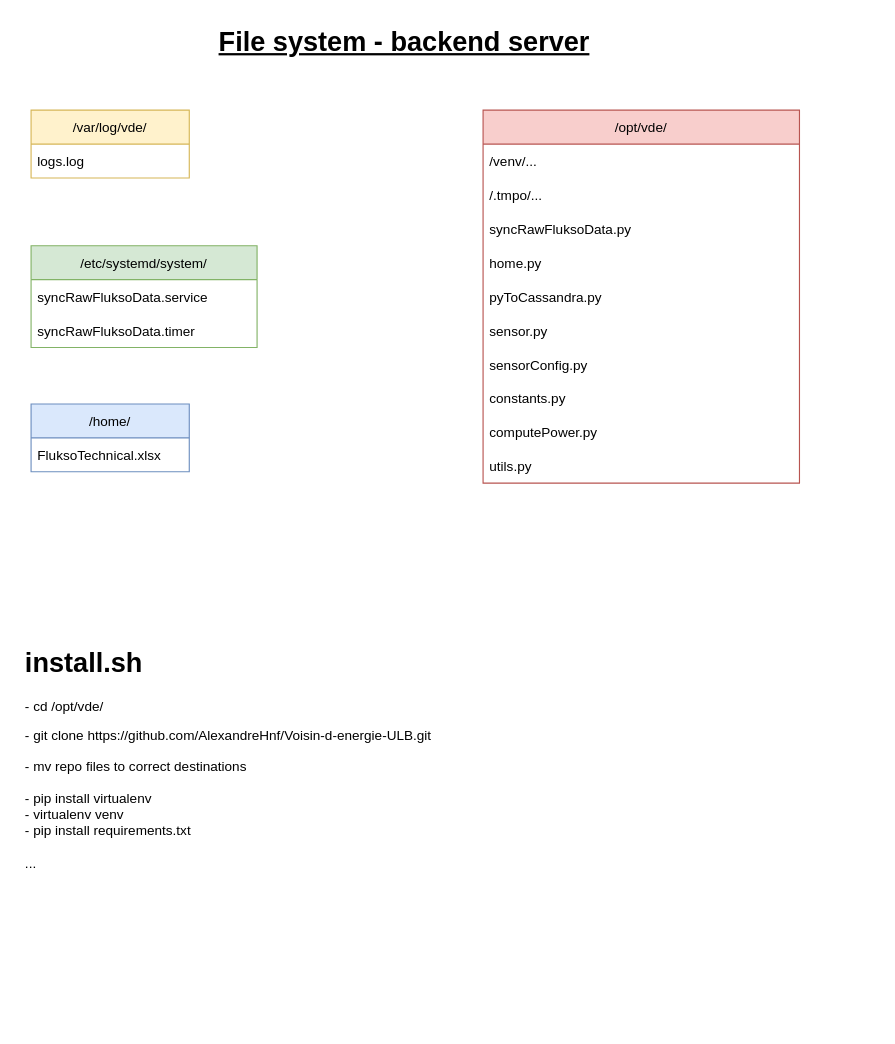
Earlier version of the draw.io diagram page "file_system" (11 of 11) of documentation/documentation_diagrams.drawio (AlexandreHnf/Voisin-d-energie-ULB). Source tidied: cells renumbered, new cells numbered last; positions are measured from the earlier drawing's top-left corner, leaving out a move shared by most shapes. Both pictures are drawn from the tidied source at 113%, with x=0, y=0 at pixel (19, 19).
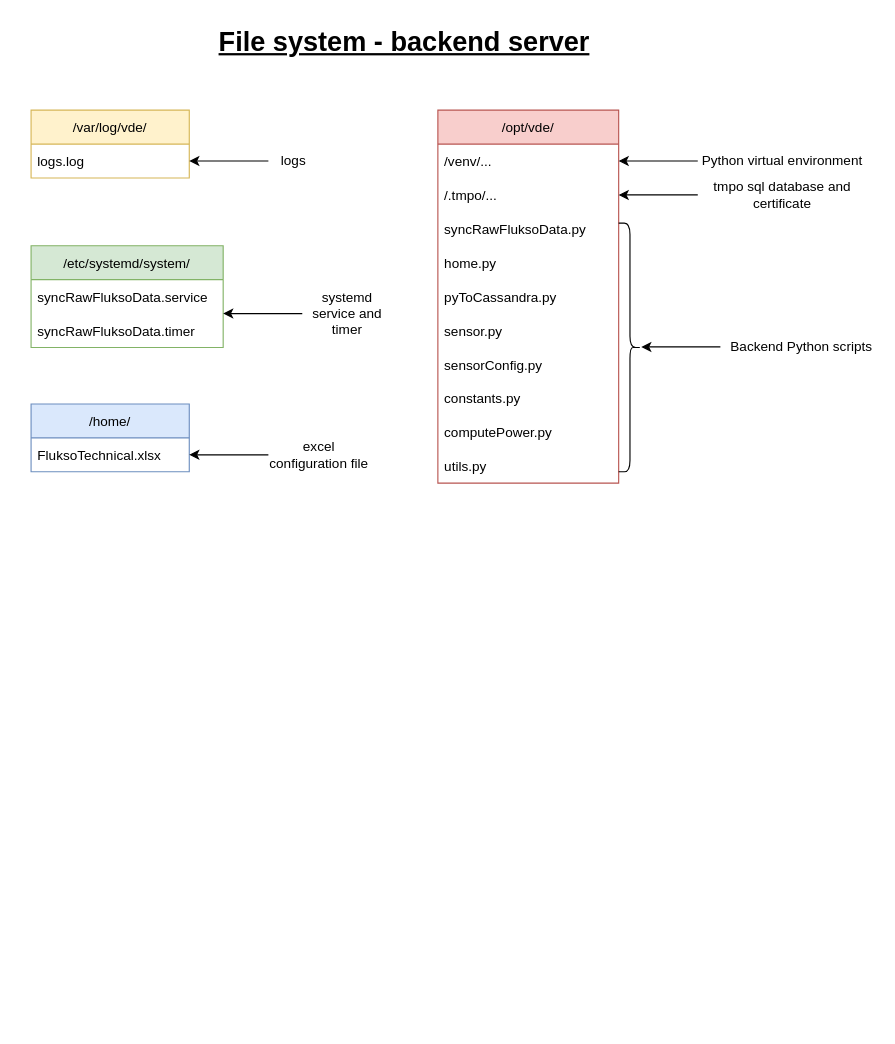
Above is the later version.

Commit message (it also covers changes not shown here):
doc : file system backend : legends

The edit, as a diff of the source:
```diff
@@
     <mxCell id="2" value="/opt/vde/" style="swimlane;fontStyle=0;horizontal=1;startSize=30;fillColor=#f8cecc;strokeColor=#b85450;" parent="1" vertex="1">
-      <mxGeometry x="410" y="80" width="280" height="330" as="geometry" />
+      <mxGeometry x="370" y="80" width="160" height="330" as="geometry" />
     </mxCell>
     <mxCell id="3" value="/venv/..." style="text;strokeColor=none;fillColor=none;align=left;verticalAlign=middle;spacingLeft=4;spacingRight=4;overflow=hidden;points=[[0,0.5],[1,0.5]];portConstraint=eastwest;" parent="2" vertex="1">
-      <mxGeometry y="30" width="280" height="30" as="geometry" />
+      <mxGeometry y="30" width="160" height="30" as="geometry" />
     </mxCell>
     <mxCell id="4" value="/.tmpo/..." style="text;strokeColor=none;fillColor=none;align=left;verticalAlign=middle;spacingLeft=4;spacingRight=4;overflow=hidden;points=[[0,0.5],[1,0.5]];portConstraint=eastwest;" parent="2" vertex="1">
-      <mxGeometry y="60" width="280" height="30" as="geometry" />
+      <mxGeometry y="60" width="160" height="30" as="geometry" />
     </mxCell>
     <mxCell id="5" value="syncRawFluksoData.py" style="text;strokeColor=none;fillColor=none;align=left;verticalAlign=middle;spacingLeft=4;spacingRight=4;overflow=hidden;" parent="2" vertex="1">
-      <mxGeometry y="90" width="280" height="30" as="geometry" />
+      <mxGeometry y="90" width="160" height="30" as="geometry" />
     </mxCell>
     <mxCell id="6" value="home.py" style="text;strokeColor=none;fillColor=none;align=left;verticalAlign=middle;spacingLeft=4;spacingRight=4;overflow=hidden;" parent="2" vertex="1">
-      <mxGeometry y="120" width="280" height="30" as="geometry" />
+      <mxGeometry y="120" width="160" height="30" as="geometry" />
     </mxCell>
     <mxCell id="7" value="pyToCassandra.py" style="text;strokeColor=none;fillColor=none;align=left;verticalAlign=middle;spacingLeft=4;spacingRight=4;overflow=hidden;" parent="2" vertex="1">
-      <mxGeometry y="150" width="280" height="30" as="geometry" />
+      <mxGeometry y="150" width="160" height="30" as="geometry" />
     </mxCell>
     <mxCell id="8" value="sensor.py" style="text;strokeColor=none;fillColor=none;align=left;verticalAlign=middle;spacingLeft=4;spacingRight=4;overflow=hidden;" parent="2" vertex="1">
-      <mxGeometry y="180" width="280" height="30" as="geometry" />
+      <mxGeometry y="180" width="160" height="30" as="geometry" />
     </mxCell>
     <mxCell id="9" value="sensorConfig.py" style="text;strokeColor=none;fillColor=none;align=left;verticalAlign=middle;spacingLeft=4;spacingRight=4;overflow=hidden;" parent="2" vertex="1">
-      <mxGeometry y="210" width="280" height="30" as="geometry" />
+      <mxGeometry y="210" width="160" height="30" as="geometry" />
     </mxCell>
     <mxCell id="10" value="constants.py" style="text;strokeColor=none;fillColor=none;align=left;verticalAlign=middle;spacingLeft=4;spacingRight=4;overflow=hidden;" parent="2" vertex="1">
-      <mxGeometry y="240" width="280" height="30" as="geometry" />
+      <mxGeometry y="240" width="160" height="30" as="geometry" />
     </mxCell>
     <mxCell id="11" value="computePower.py" style="text;strokeColor=none;fillColor=none;align=left;verticalAlign=middle;spacingLeft=4;spacingRight=4;overflow=hidden;" parent="2" vertex="1">
-      <mxGeometry y="270" width="280" height="30" as="geometry" />
+      <mxGeometry y="270" width="160" height="30" as="geometry" />
     </mxCell>
     <mxCell id="12" value="utils.py" style="text;strokeColor=none;fillColor=none;align=left;verticalAlign=middle;spacingLeft=4;spacingRight=4;overflow=hidden;" parent="2" vertex="1">
-      <mxGeometry y="300" width="280" height="30" as="geometry" />
+      <mxGeometry y="300" width="160" height="30" as="geometry" />
     </mxCell>
     <mxCell id="13" value="/etc/systemd/system/" style="swimlane;fontStyle=0;horizontal=1;startSize=30;fillColor=#d5e8d4;strokeColor=#82b366;" parent="1" vertex="1">
-      <mxGeometry x="10" y="200" width="200" height="90" as="geometry" />
+      <mxGeometry x="10" y="200" width="170" height="90" as="geometry" />
     </mxCell>
     <mxCell id="14" value="syncRawFluksoData.service" style="text;strokeColor=none;fillColor=none;align=left;verticalAlign=middle;spacingLeft=4;spacingRight=4;overflow=hidden;" parent="13" vertex="1">
-      <mxGeometry y="30" width="200" height="30" as="geometry" />
+      <mxGeometry y="30" width="170" height="30" as="geometry" />
     </mxCell>
     <mxCell id="15" value="syncRawFluksoData.timer" style="text;strokeColor=none;fillColor=none;align=left;verticalAlign=middle;spacingLeft=4;spacingRight=4;overflow=hidden;" parent="13" vertex="1">
-      <mxGeometry y="60" width="200" height="30" as="geometry" />
+      <mxGeometry y="60" width="170" height="30" as="geometry" />
     </mxCell>
@@
-    <mxCell id="21" value="&lt;h1&gt;install.sh&lt;/h1&gt;&lt;p&gt;- cd /opt/vde/&lt;/p&gt;&lt;p&gt;- git clone https://github.com/AlexandreHnf/Voisin-d-energie-ULB.git&lt;br&gt;&lt;/p&gt;&lt;div&gt;- mv repo files to correct destinations&lt;/div&gt;&lt;div&gt;&lt;br&gt;&lt;/div&gt;&lt;div&gt;- pip install virtualenv&lt;br&gt;&lt;/div&gt;&lt;div&gt;- virtualenv venv&lt;/div&gt;&lt;div&gt;- pip install requirements.txt&lt;/div&gt;&lt;div&gt;&lt;br&gt;&lt;/div&gt;&lt;div&gt;...&lt;br&gt;&lt;/div&gt;" style="text;html=1;strokeColor=none;fillColor=none;spacing=5;spacingTop=-20;whiteSpace=wrap;overflow=hidden;rounded=0;" parent="1" vertex="1">
-      <mxGeometry y="550" width="460" height="340" as="geometry" />
-    </mxCell>
+    <mxCell id="22" style="endArrow=classic;html=1;rounded=0;entryX=1;entryY=0.5;entryDx=0;entryDy=0;" parent="1" edge="1" target="3">
+      <mxGeometry relative="1" as="geometry">
+        <mxPoint x="600" y="125" as="sourcePoint" />
+      </mxGeometry>
+    </mxCell>
+    <mxCell id="23" style="endArrow=classic;html=1;rounded=0;entryX=1;entryY=0.5;entryDx=0;entryDy=0;" parent="1" edge="1" target="4">
+      <mxGeometry relative="1" as="geometry">
+        <mxPoint x="600" y="155" as="sourcePoint" />
+      </mxGeometry>
+    </mxCell>
+    <mxCell id="24" value="Python virtual environment" style="text;html=1;strokeColor=none;fillColor=none;align=center;verticalAlign=middle;whiteSpace=wrap;rounded=0;" parent="1" vertex="1">
+      <mxGeometry x="600" y="110" width="150" height="30" as="geometry" />
+    </mxCell>
+    <mxCell id="25" value="Backend Python scripts" style="text;html=1;strokeColor=none;fillColor=none;align=center;verticalAlign=middle;whiteSpace=wrap;rounded=0;" parent="1" vertex="1">
+      <mxGeometry x="627" y="275" width="130" height="30" as="geometry" />
+    </mxCell>
+    <mxCell id="26" style="shape=curlyBracket;whiteSpace=wrap;html=1;rounded=1;flipH=1;" parent="1" vertex="1">
+      <mxGeometry x="530" y="180" width="20" height="220" as="geometry" />
+    </mxCell>
+    <mxCell id="27" value="systemd service and timer" style="text;html=1;strokeColor=none;fillColor=none;align=center;verticalAlign=middle;whiteSpace=wrap;rounded=0;" parent="1" vertex="1">
+      <mxGeometry x="250" y="245" width="80" height="30" as="geometry" />
+    </mxCell>
+    <mxCell id="28" style="endArrow=classic;html=1;rounded=0;entryX=1;entryY=0.5;entryDx=0;entryDy=0;" parent="1" edge="1">
+      <mxGeometry relative="1" as="geometry">
+        <mxPoint x="620" y="289.5" as="sourcePoint" />
+        <mxPoint x="550" y="289.5" as="targetPoint" />
+      </mxGeometry>
+    </mxCell>
+    <mxCell id="29" value="logs" style="text;html=1;strokeColor=none;fillColor=none;align=center;verticalAlign=middle;whiteSpace=wrap;rounded=0;" parent="1" vertex="1">
+      <mxGeometry x="195" y="110" width="95" height="30" as="geometry" />
+    </mxCell>
+    <mxCell id="30" value="tmpo sql database and certificate" style="text;html=1;strokeColor=none;fillColor=none;align=center;verticalAlign=middle;whiteSpace=wrap;rounded=0;" parent="1" vertex="1">
+      <mxGeometry x="600" y="140" width="150" height="30" as="geometry" />
+    </mxCell>
+    <mxCell id="31" value="excel configuration file" style="text;html=1;strokeColor=none;fillColor=none;align=center;verticalAlign=middle;whiteSpace=wrap;rounded=0;" parent="1" vertex="1">
+      <mxGeometry x="220" y="370" width="90" height="30" as="geometry" />
+    </mxCell>
+    <mxCell id="32" style="endArrow=classic;html=1;rounded=0;entryX=1;entryY=0.5;entryDx=0;entryDy=0;" parent="1" edge="1">
+      <mxGeometry relative="1" as="geometry">
+        <mxPoint x="220" y="125" as="sourcePoint" />
+        <mxPoint x="150" y="125" as="targetPoint" />
+      </mxGeometry>
+    </mxCell>
+    <mxCell id="33" style="endArrow=classic;html=1;rounded=0;entryX=1;entryY=0.5;entryDx=0;entryDy=0;" parent="1" edge="1">
+      <mxGeometry relative="1" as="geometry">
+        <mxPoint x="250" y="260" as="sourcePoint" />
+        <mxPoint x="180" y="260" as="targetPoint" />
+      </mxGeometry>
+    </mxCell>
+    <mxCell id="34" style="endArrow=classic;html=1;rounded=0;entryX=1;entryY=0.5;entryDx=0;entryDy=0;" parent="1" edge="1">
+      <mxGeometry relative="1" as="geometry">
+        <mxPoint x="220" y="385" as="sourcePoint" />
+        <mxPoint x="150" y="385" as="targetPoint" />
+      </mxGeometry>
+    </mxCell>
```
